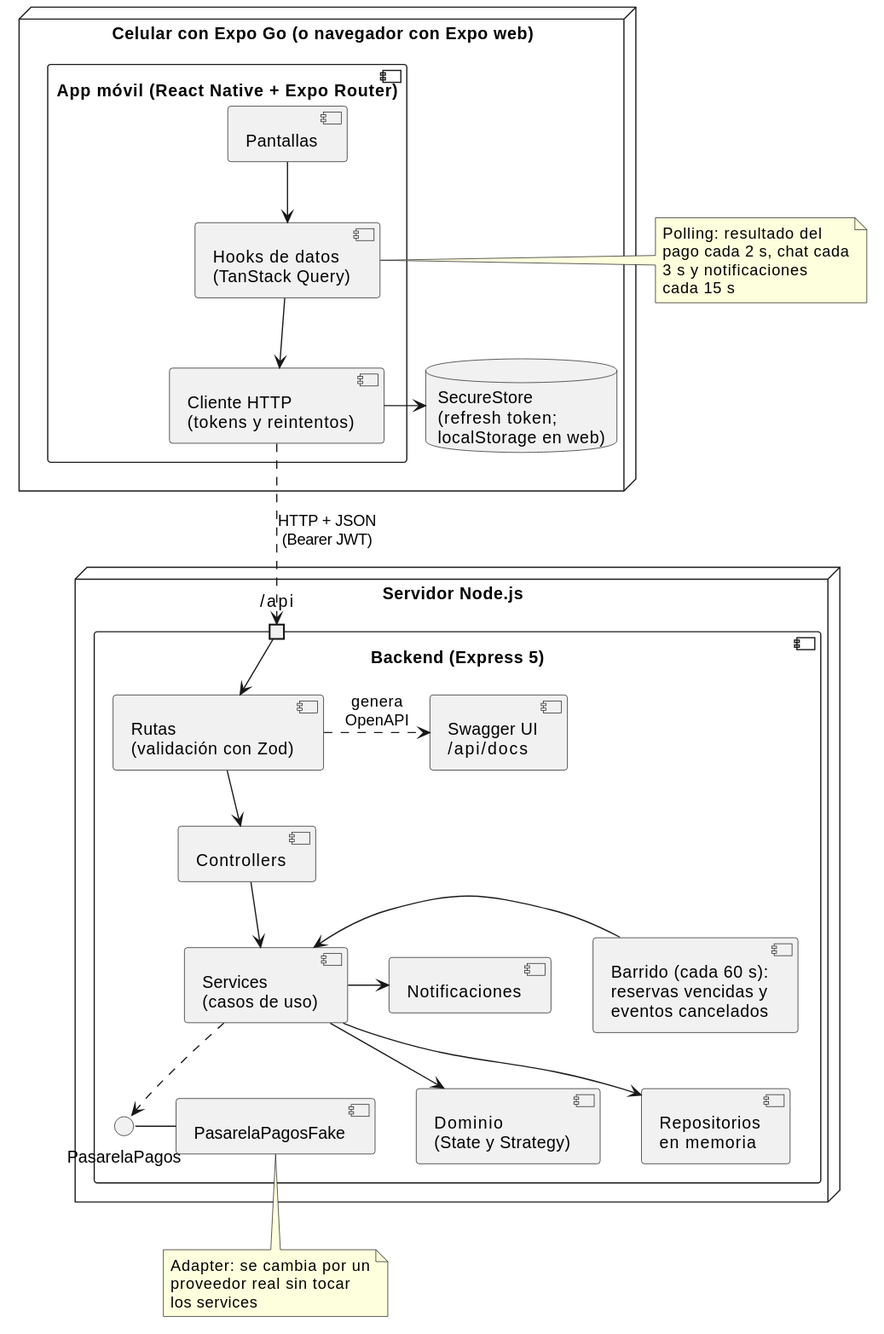
Earlier version of the PlantUML export docs/diagramas/arquitectura.svg (tomasmuller1/ai-ticket-it).
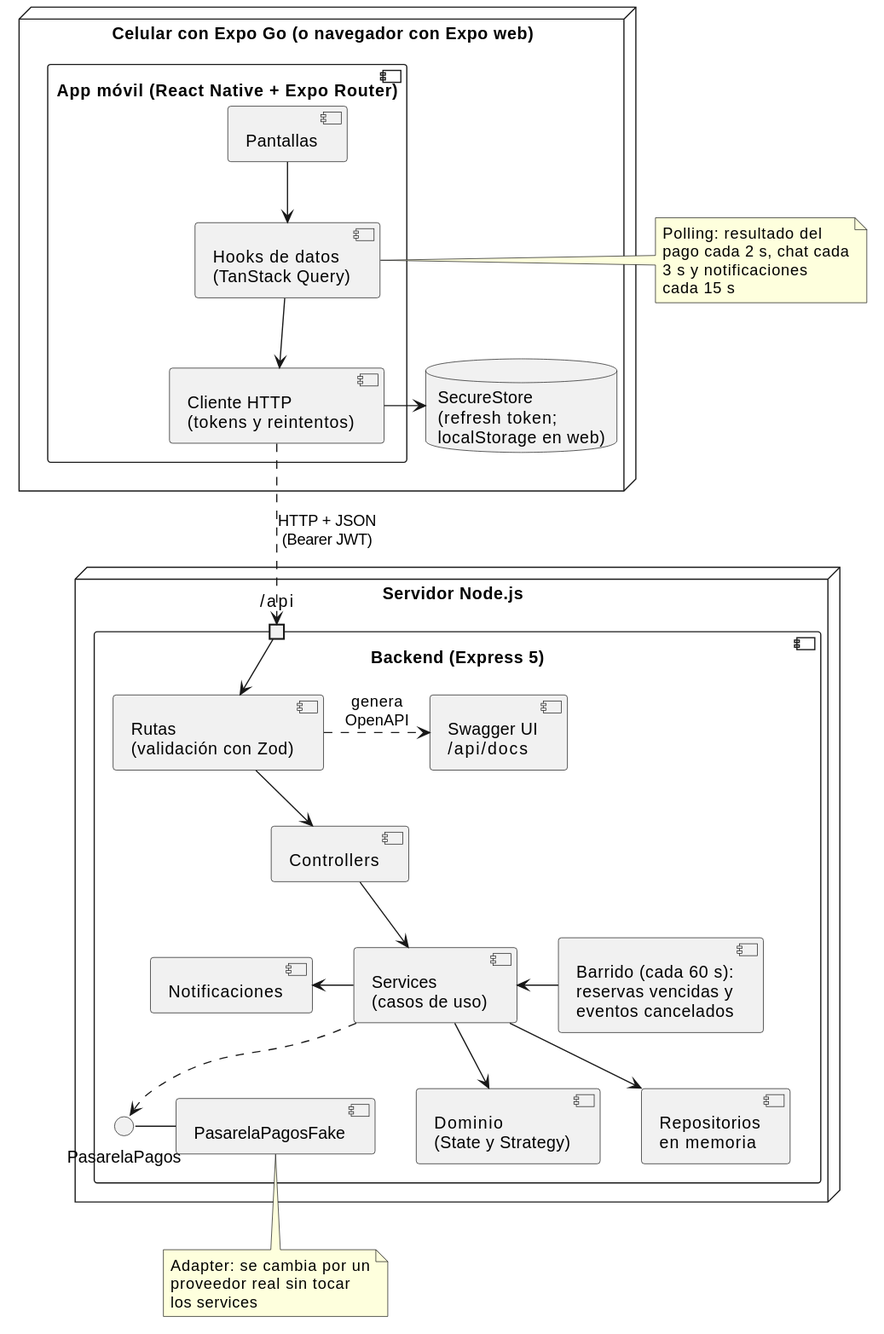
Above is the later version.

Commit message:
docs: ordenar el diagrama de clases y precisar los avisos al organizador

What changed in the source:
```diff
@@ -40,7 +40,7 @@
 rutas -down-> controllers
 controllers -down-> services
 barrido -left-> services
-services -right-> notificaciones
+services -left-> notificaciones
 services -down-> dominio
 services -down-> repos
 services .down.> pasarela
```
